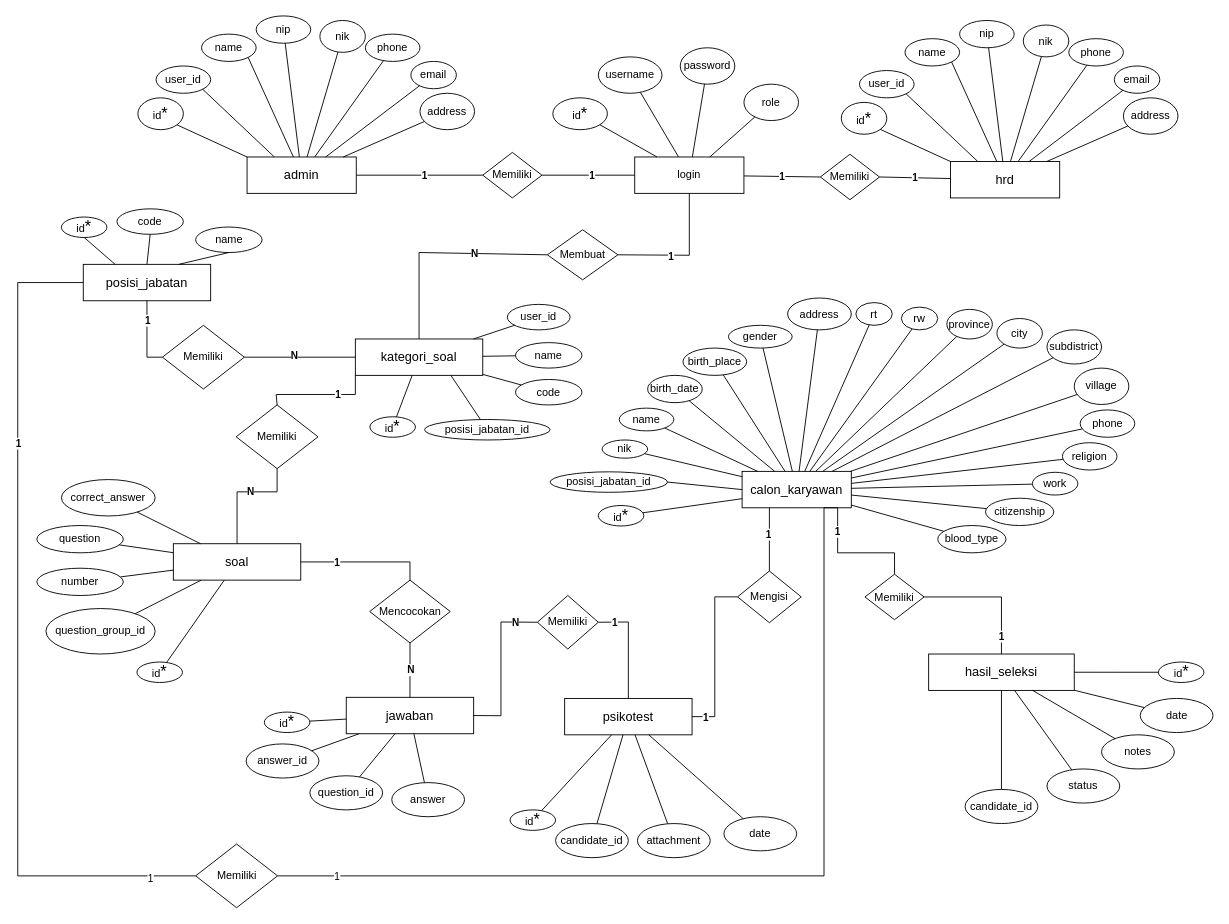
The draw.io diagram page "ERD" (5 of 5) of Use Case.drawio in ceceprokani/Diagram-Skripsi, before the edit. Source tidied: cells renumbered, new cells numbered last; positions are measured from the earlier drawing's top-left corner, leaving out a move shared by most shapes. Both pictures are drawn from the tidied source at 91%, with x=0, y=0 at pixel (17, 15).
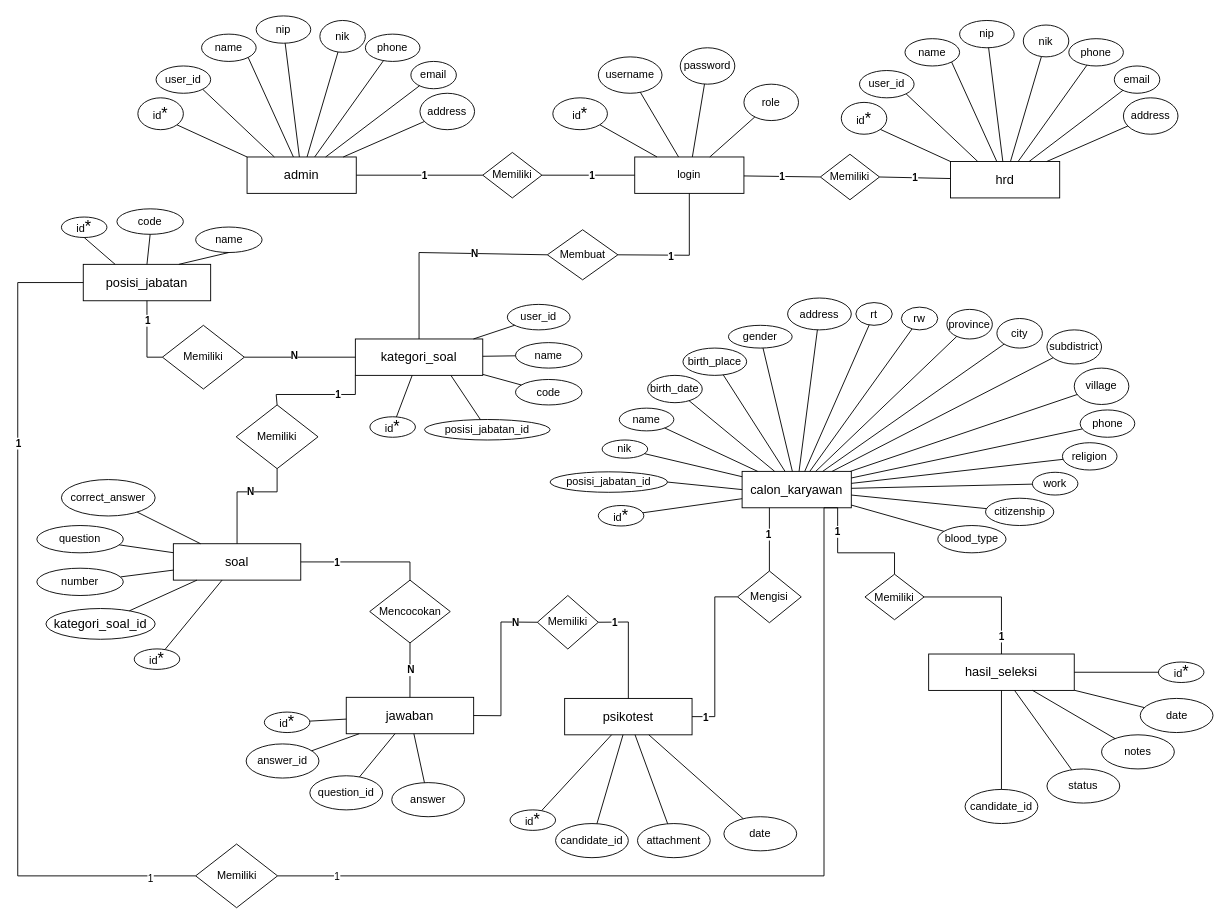
Above is the later version.

The change refers to these unchanged cells:
```xml
<mxCell id="2" style="group;" parent="1" vertex="1">
  <mxGeometry x="21" width="1292.5" height="980" as="geometry" />
</mxCell>
```

Diff of the diagram source:
```diff
@@
     <mxCell id="65" value="&lt;font style=&quot;font-size: 12px;&quot;&gt;id&lt;/font&gt;&lt;font style=&quot;font-size: 18px;&quot;&gt;*&lt;/font&gt;" style="ellipse;whiteSpace=wrap;html=1;" parent="2" vertex="1">
-      <mxGeometry x="110" y="710" width="50" height="22.5" as="geometry" />
+      <mxGeometry x="107" y="695.6" width="50" height="22.5" as="geometry" />
     </mxCell>
-    <mxCell id="66" value="question_group_id" style="ellipse;whiteSpace=wrap;html=1;" parent="2" vertex="1">
-      <mxGeometry x="10" y="651.2" width="120" height="50" as="geometry" />
+    <mxCell id="66" value="&lt;span style=&quot;font-size: 14px; text-align: left;&quot;&gt;kategori_soal_id&lt;/span&gt;" style="ellipse;whiteSpace=wrap;html=1;" parent="2" vertex="1">
+      <mxGeometry x="10" y="651.2" width="120" height="33.8" as="geometry" />
     </mxCell>
```
